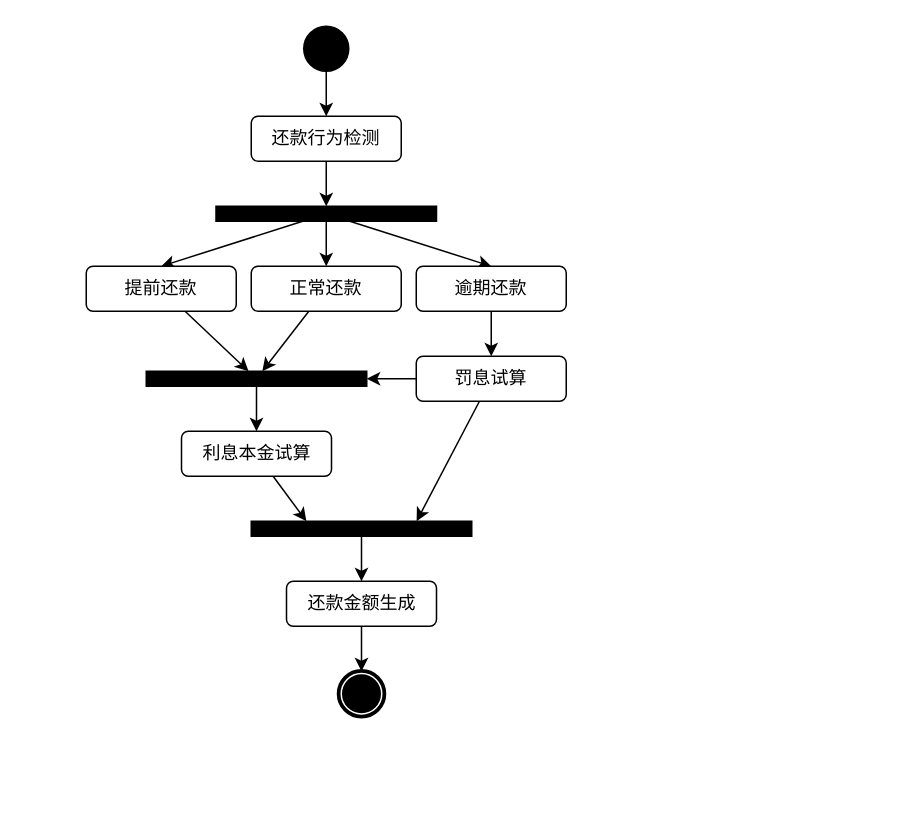
Before: 还款试算活动图.drawio in wuxiao-web/graduationThesis, a draw.io diagram. Source tidied: cells renumbered, new cells numbered last; positions are measured from the earlier drawing's top-left corner, leaving out a move shared by most shapes. Both pictures are drawn from the tidied source at 150%, with x=0, y=0 at pixel (86, 26).
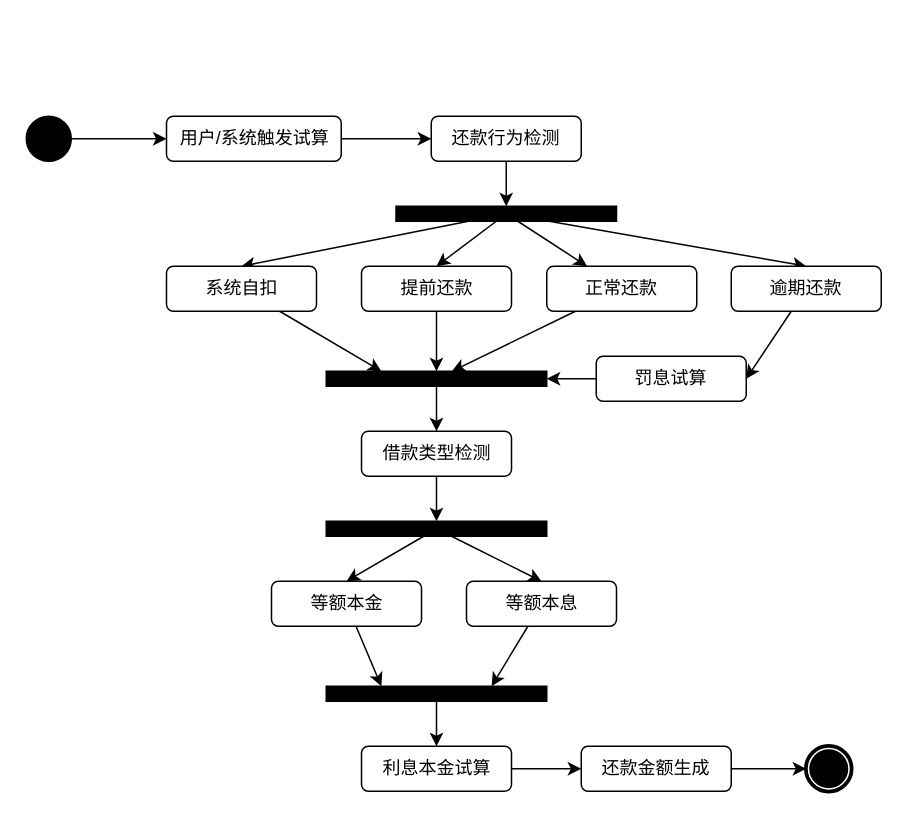
The same diagram, later.

Commit message:
更新还款试算活动图.drawio

Diff of the diagram source:
```diff
@@
-    <mxCell id="2" style="edgeStyle=orthogonalEdgeStyle;rounded=0;jettySize=auto;html=1;" parent="1" edge="1" source="3" target="5">
-      <mxGeometry relative="1" as="geometry" />
-    </mxCell>
+    <mxCell id="28" style="edgeStyle=orthogonalEdgeStyle;rounded=0;jettySize=auto;html=1;" parent="1" edge="1" source="3" target="47">
+      <mxGeometry relative="1" as="geometry" />
+    </mxCell>
     <mxCell id="3" style="ellipse;whiteSpace=wrap;html=1;rounded=0;shadow=0;comic=0;labelBackgroundColor=none;strokeWidth=1;fillColor=#000000;fontFamily=Verdana;fontSize=12;align=center;" parent="1" vertex="1">
-      <mxGeometry x="145" width="30" height="30" as="geometry" />
+      <mxGeometry x="-40" y="60" width="30" height="30" as="geometry" />
     </mxCell>
@@
     <mxCell id="5" value="还款行为检测" style="rounded=1;whiteSpace=wrap;html=1;" parent="1" vertex="1">
-      <mxGeometry x="110" y="60" width="100" height="30" as="geometry" />
+      <mxGeometry x="230" y="60" width="100" height="30" as="geometry" />
     </mxCell>
@@
-    <mxCell id="7" style="edgeStyle=orthogonalEdgeStyle;rounded=0;jettySize=auto;html=1;" parent="1" edge="1" source="9" target="13">
+    <mxCell id="7" style="rounded=0;jettySize=auto;html=1;" parent="1" edge="1" source="9" target="13">
       <mxGeometry relative="1" as="geometry" />
     </mxCell>
@@
+    <mxCell id="29" style="rounded=0;jettySize=auto;html=1;entryX=0.5;entryY=0;entryDx=0;entryDy=0;" parent="1" edge="1" source="9" target="31">
+      <mxGeometry relative="1" as="geometry" />
+    </mxCell>
     <mxCell id="9" style="whiteSpace=wrap;html=1;rounded=0;shadow=0;comic=0;labelBackgroundColor=none;strokeWidth=1;fillColor=#000000;fontFamily=Verdana;fontSize=12;align=center;rotation=0;" parent="1" vertex="1">
-      <mxGeometry x="86.5" y="120" width="147" height="10" as="geometry" />
+      <mxGeometry x="206.5" y="120" width="147" height="10" as="geometry" />
     </mxCell>
@@
     <mxCell id="11" value="提前还款" style="rounded=1;whiteSpace=wrap;html=1;" parent="1" vertex="1">
-      <mxGeometry y="160" width="100" height="30" as="geometry" />
+      <mxGeometry x="183.5" y="160" width="100" height="30" as="geometry" />
     </mxCell>
@@
     <mxCell id="13" value="正常还款" style="rounded=1;whiteSpace=wrap;html=1;" parent="1" vertex="1">
-      <mxGeometry x="110" y="160" width="100" height="30" as="geometry" />
+      <mxGeometry x="307" y="160" width="100" height="30" as="geometry" />
     </mxCell>
-    <mxCell id="14" style="edgeStyle=orthogonalEdgeStyle;rounded=0;jettySize=auto;html=1;" parent="1" edge="1" source="15" target="18">
+    <mxCell id="14" style="rounded=0;jettySize=auto;html=1;entryX=1;entryY=0.5;entryDx=0;entryDy=0;" parent="1" edge="1" source="15" target="18">
       <mxGeometry relative="1" as="geometry" />
     </mxCell>
     <mxCell id="15" value="逾期还款" style="rounded=1;whiteSpace=wrap;html=1;" parent="1" vertex="1">
-      <mxGeometry x="220" y="160" width="100" height="30" as="geometry" />
+      <mxGeometry x="430" y="160" width="100" height="30" as="geometry" />
     </mxCell>
@@
-    <mxCell id="17" style="rounded=0;jettySize=auto;html=1;entryX=0.75;entryY=0;entryDx=0;entryDy=0;" parent="1" edge="1" source="18" target="24">
-      <mxGeometry relative="1" as="geometry" />
-    </mxCell>
     <mxCell id="18" value="罚息试算" style="rounded=1;whiteSpace=wrap;html=1;" parent="1" vertex="1">
-      <mxGeometry x="220" y="220" width="100" height="30" as="geometry" />
+      <mxGeometry x="340" y="220" width="100" height="30" as="geometry" />
     </mxCell>
-    <mxCell id="19" style="edgeStyle=orthogonalEdgeStyle;rounded=0;jettySize=auto;html=1;" parent="1" edge="1" source="20" target="22">
-      <mxGeometry relative="1" as="geometry" />
+    <mxCell id="19" style="edgeStyle=orthogonalEdgeStyle;rounded=0;jettySize=auto;html=1;" parent="1" edge="1" source="20">
+      <mxGeometry relative="1" as="geometry">
+        <mxPoint x="233.5" y="270" as="targetPoint" />
+      </mxGeometry>
     </mxCell>
     <mxCell id="20" style="whiteSpace=wrap;html=1;rounded=0;shadow=0;comic=0;labelBackgroundColor=none;strokeWidth=1;fillColor=#000000;fontFamily=Verdana;fontSize=12;align=center;rotation=0;" parent="1" vertex="1">
-      <mxGeometry x="40" y="230" width="147" height="10" as="geometry" />
+      <mxGeometry x="160" y="230" width="147" height="10" as="geometry" />
     </mxCell>
-    <mxCell id="21" style="rounded=0;jettySize=auto;html=1;entryX=0.25;entryY=0;entryDx=0;entryDy=0;" parent="1" edge="1" source="22" target="24">
-      <mxGeometry relative="1" as="geometry" />
-    </mxCell>
+    <mxCell id="30" style="rounded=0;jettySize=auto;html=1;entryX=0.25;entryY=0;entryDx=0;entryDy=0;" parent="1" edge="1" source="31" target="20">
+      <mxGeometry relative="1" as="geometry" />
+    </mxCell>
+    <mxCell id="31" value="系统自扣" style="rounded=1;whiteSpace=wrap;html=1;" parent="1" vertex="1">
+      <mxGeometry x="53.5" y="160" width="100" height="30" as="geometry" />
+    </mxCell>
+    <mxCell id="32" style="edgeStyle=orthogonalEdgeStyle;rounded=0;jettySize=auto;html=1;" parent="1" edge="1" source="33" target="36">
+      <mxGeometry relative="1" as="geometry" />
+    </mxCell>
+    <mxCell id="33" value="借款类型检测" style="rounded=1;whiteSpace=wrap;html=1;" parent="1" vertex="1">
+      <mxGeometry x="183.5" y="270" width="100" height="30" as="geometry" />
+    </mxCell>
+    <mxCell id="34" style="rounded=0;jettySize=auto;html=1;entryX=0.5;entryY=0;entryDx=0;entryDy=0;" parent="1" edge="1" source="36" target="38">
+      <mxGeometry relative="1" as="geometry" />
+    </mxCell>
+    <mxCell id="35" style="rounded=0;jettySize=auto;html=1;entryX=0.5;entryY=0;entryDx=0;entryDy=0;" parent="1" edge="1" source="36" target="40">
+      <mxGeometry relative="1" as="geometry" />
+    </mxCell>
+    <mxCell id="36" style="whiteSpace=wrap;html=1;rounded=0;shadow=0;comic=0;labelBackgroundColor=none;strokeWidth=1;fillColor=#000000;fontFamily=Verdana;fontSize=12;align=center;rotation=0;" parent="1" vertex="1">
+      <mxGeometry x="160" y="330" width="147" height="10" as="geometry" />
+    </mxCell>
+    <mxCell id="37" style="rounded=0;jettySize=auto;html=1;entryX=0.25;entryY=0;entryDx=0;entryDy=0;" parent="1" edge="1" source="38" target="42">
+      <mxGeometry relative="1" as="geometry" />
+    </mxCell>
+    <mxCell id="38" value="等额本金" style="rounded=1;whiteSpace=wrap;html=1;" parent="1" vertex="1">
+      <mxGeometry x="123.5" y="370" width="100" height="30" as="geometry" />
+    </mxCell>
+    <mxCell id="39" style="rounded=0;jettySize=auto;html=1;entryX=0.75;entryY=0;entryDx=0;entryDy=0;" parent="1" edge="1" source="40" target="42">
+      <mxGeometry relative="1" as="geometry" />
+    </mxCell>
+    <mxCell id="40" value="等额本息" style="rounded=1;whiteSpace=wrap;html=1;" parent="1" vertex="1">
+      <mxGeometry x="253.5" y="370" width="100" height="30" as="geometry" />
+    </mxCell>
+    <mxCell id="41" style="edgeStyle=orthogonalEdgeStyle;rounded=0;jettySize=auto;html=1;exitX=0.5;exitY=1;exitDx=0;exitDy=0;" parent="1" edge="1" source="42" target="22">
+      <mxGeometry relative="1" as="geometry" />
+    </mxCell>
+    <mxCell id="42" style="whiteSpace=wrap;html=1;rounded=0;shadow=0;comic=0;labelBackgroundColor=none;strokeWidth=1;fillColor=#000000;fontFamily=Verdana;fontSize=12;align=center;rotation=0;" parent="1" vertex="1">
+      <mxGeometry x="160" y="440" width="147" height="10" as="geometry" />
+    </mxCell>
+    <mxCell id="43" style="edgeStyle=orthogonalEdgeStyle;rounded=0;jettySize=auto;html=1;" parent="1" edge="1" source="22" target="26">
+      <mxGeometry relative="1" as="geometry" />
+    </mxCell>
     <mxCell id="22" value="利息本金试算" style="rounded=1;whiteSpace=wrap;html=1;" parent="1" vertex="1">
-      <mxGeometry x="63.5" y="270" width="100" height="30" as="geometry" />
+      <mxGeometry x="183.5" y="480" width="100" height="30" as="geometry" />
     </mxCell>
-    <mxCell id="23" style="edgeStyle=orthogonalEdgeStyle;rounded=0;jettySize=auto;html=1;" parent="1" edge="1" source="24" target="26">
-      <mxGeometry relative="1" as="geometry" />
-    </mxCell>
-    <mxCell id="24" style="whiteSpace=wrap;html=1;rounded=0;shadow=0;comic=0;labelBackgroundColor=none;strokeWidth=1;fillColor=#000000;fontFamily=Verdana;fontSize=12;align=center;rotation=0;" parent="1" vertex="1">
-      <mxGeometry x="110" y="330" width="147" height="10" as="geometry" />
-    </mxCell>
-    <mxCell id="25" style="edgeStyle=orthogonalEdgeStyle;rounded=0;jettySize=auto;html=1;" parent="1" edge="1" source="26" target="27">
-      <mxGeometry relative="1" as="geometry" />
-    </mxCell>
+    <mxCell id="44" style="edgeStyle=orthogonalEdgeStyle;rounded=0;jettySize=auto;html=1;" parent="1" edge="1" source="26" target="45">
+      <mxGeometry relative="1" as="geometry" />
+    </mxCell>
     <mxCell id="26" value="还款金额生成" style="rounded=1;whiteSpace=wrap;html=1;" parent="1" vertex="1">
-      <mxGeometry x="133.5" y="370" width="100" height="30" as="geometry" />
+      <mxGeometry x="330" y="480" width="100" height="30" as="geometry" />
     </mxCell>
-    <mxCell id="27" style="shape=mxgraph.bpmn.shape;html=1;verticalLabelPosition=bottom;labelBackgroundColor=#ffffff;verticalAlign=top;perimeter=ellipsePerimeter;outline=end;symbol=terminate;rounded=0;shadow=0;comic=0;strokeWidth=1;fontFamily=Verdana;fontSize=12;align=center;" parent="1" vertex="1">
-      <mxGeometry x="168.5" y="430" width="30" height="30" as="geometry" />
-    </mxCell>
+    <mxCell id="45" style="shape=mxgraph.bpmn.shape;html=1;verticalLabelPosition=bottom;labelBackgroundColor=#ffffff;verticalAlign=top;perimeter=ellipsePerimeter;outline=end;symbol=terminate;rounded=0;shadow=0;comic=0;strokeWidth=1;fontFamily=Verdana;fontSize=12;align=center;" parent="1" vertex="1">
+      <mxGeometry x="480" y="480" width="30" height="30" as="geometry" />
+    </mxCell>
+    <mxCell id="46" style="edgeStyle=orthogonalEdgeStyle;rounded=0;jettySize=auto;html=1;" parent="1" edge="1" source="47" target="5">
+      <mxGeometry relative="1" as="geometry" />
+    </mxCell>
+    <mxCell id="47" value="用户/系统触发试算" style="rounded=1;whiteSpace=wrap;html=1;" parent="1" vertex="1">
+      <mxGeometry x="53.5" y="60" width="116.5" height="30" as="geometry" />
+    </mxCell>
```
